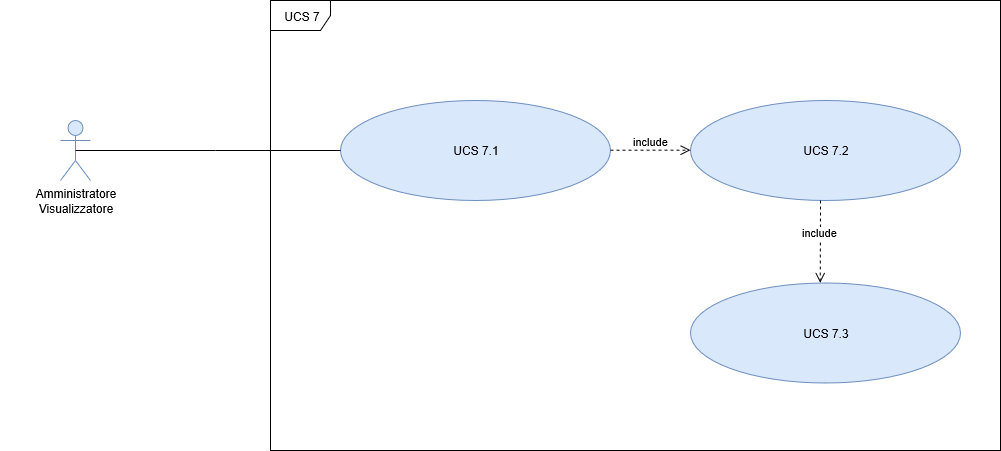
Above: DocumentazioneEsterna/AnalisiRequisiti/sezioni/UseCase/Immagini/UCS7.png in qb-team/Stalker-Documentazione (draw.io), before the change. Source tidied: cells renumbered, new cells last; positions are measured from the earlier drawing's top-left corner, leaving out a move shared by most shapes.
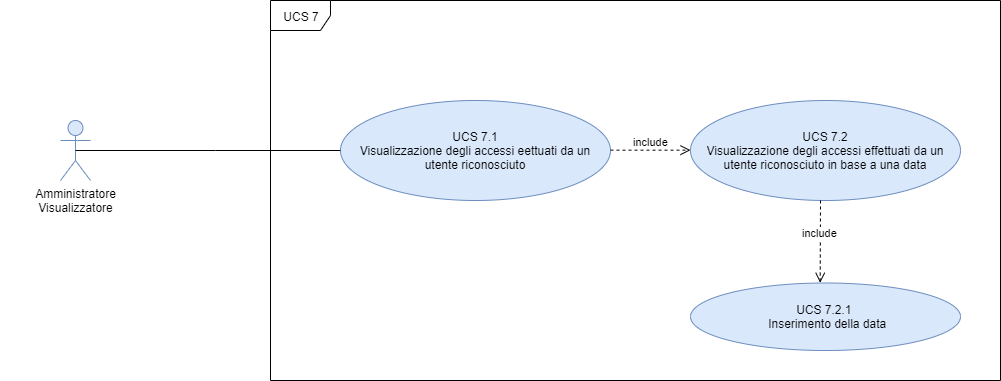
After the change.

Commit message:
Sistemato schema UCS7

Diff of the diagram source:
```diff
@@ -3,15 +3,15 @@
     <mxCell id="0" />
     <mxCell id="1" parent="0" />
     <mxCell id="2" value="UCS 7" style="shape=umlFrame;whiteSpace=wrap;html=1;" parent="1" vertex="1">
-      <mxGeometry x="270" width="730" height="450" as="geometry" />
+      <mxGeometry x="270" width="730" height="380" as="geometry" />
     </mxCell>
     <mxCell id="3" value="&lt;div style=&quot;line-height: 120%&quot;&gt;&lt;/div&gt;" style="shape=umlActor;verticalLabelPosition=bottom;labelBackgroundColor=#ffffff;verticalAlign=top;html=1;fillColor=#dae8fc;strokeColor=#6c8ebf;" parent="1" vertex="1">
       <mxGeometry x="60" y="120" width="30" height="60" as="geometry" />
     </mxCell>
-    <mxCell id="4" value="UCS 7.1" style="ellipse;whiteSpace=wrap;html=1;fillColor=#dae8fc;strokeColor=#6c8ebf;" parent="1" vertex="1">
+    <mxCell id="4" value="UCS 7.1&lt;br&gt;Visualizzazione degli accessi eettuati da un utente riconosciuto" style="ellipse;whiteSpace=wrap;html=1;fillColor=#dae8fc;strokeColor=#6c8ebf;" parent="1" vertex="1">
       <mxGeometry x="340" y="100" width="270" height="100" as="geometry" />
     </mxCell>
-    <mxCell id="5" value="UCS 7.2" style="ellipse;whiteSpace=wrap;html=1;fillColor=#dae8fc;strokeColor=#6c8ebf;" parent="1" vertex="1">
+    <mxCell id="5" value="UCS 7.2&lt;br&gt;Visualizzazione degli accessi effettuati da un utente riconosciuto in base a una data" style="ellipse;whiteSpace=wrap;html=1;fillColor=#dae8fc;strokeColor=#6c8ebf;" parent="1" vertex="1">
       <mxGeometry x="690" y="100" width="270" height="100" as="geometry" />
     </mxCell>
     <mxCell id="6" style="line;strokeWidth=1;fillColor=none;align=left;verticalAlign=middle;spacingTop=-1;spacingLeft=3;spacingRight=3;labelPosition=right;" parent="1" vertex="1">
@@ -32,8 +32,8 @@
         <mxPoint x="819.7" y="282.3" as="targetPoint" />
       </mxGeometry>
     </mxCell>
-    <mxCell id="10" value="UCS 7.3" style="ellipse;whiteSpace=wrap;html=1;fillColor=#dae8fc;strokeColor=#6c8ebf;" parent="1" vertex="1">
-      <mxGeometry x="690" y="282.5" width="270" height="100" as="geometry" />
+    <mxCell id="10" value="UCS 7.2.1&amp;nbsp;&lt;br&gt;&amp;nbsp;Inserimento della data" style="ellipse;whiteSpace=wrap;html=1;fillColor=#dae8fc;strokeColor=#6c8ebf;" parent="1" vertex="1">
+      <mxGeometry x="690" y="282.5" width="270" height="67.5" as="geometry" />
     </mxCell>
     <mxCell id="11" value="&lt;div style=&quot;color: rgb(0 , 0 , 0) ; font-family: &amp;#34;helvetica&amp;#34; ; font-size: 12px ; font-style: normal ; font-variant: normal ; font-weight: 400 ; letter-spacing: normal ; line-height: 120% ; text-align: center ; text-decoration: none ; text-indent: 0px ; text-transform: none ; white-space: nowrap ; word-spacing: 0px&quot;&gt;Amministratore&lt;/div&gt;&lt;div style=&quot;color: rgb(0 , 0 , 0) ; font-family: &amp;#34;helvetica&amp;#34; ; font-size: 12px ; font-style: normal ; font-variant: normal ; font-weight: 400 ; letter-spacing: normal ; line-height: 120% ; text-align: center ; text-decoration: none ; text-indent: 0px ; text-transform: none ; white-space: nowrap ; word-spacing: 0px&quot;&gt;&amp;nbsp;Visualizzatore&amp;nbsp;&lt;/div&gt;" style="text;html=1;strokeColor=none;fillColor=none;align=center;verticalAlign=middle;whiteSpace=wrap;rounded=0;" parent="1" vertex="1">
       <mxGeometry y="190" width="150" height="20" as="geometry" />
```
